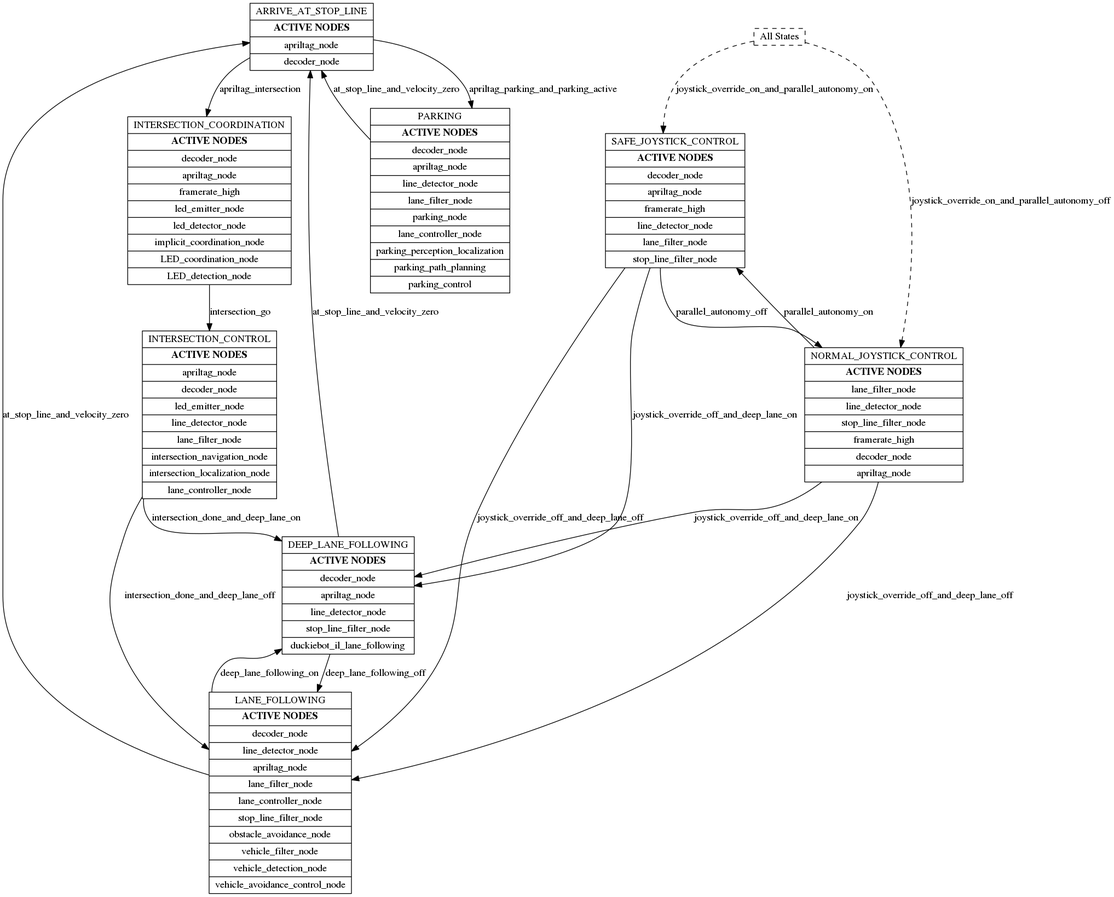
The Graphviz diagram catkin_ws/src/00-infrastructure/ros_diagram/fsm_default_detailed.png in spadma3/duck, before a commit. Its source is kept beside it as catkin_ws/src/00-infrastructure/ros_diagram/fsm_default_detailed.dot.
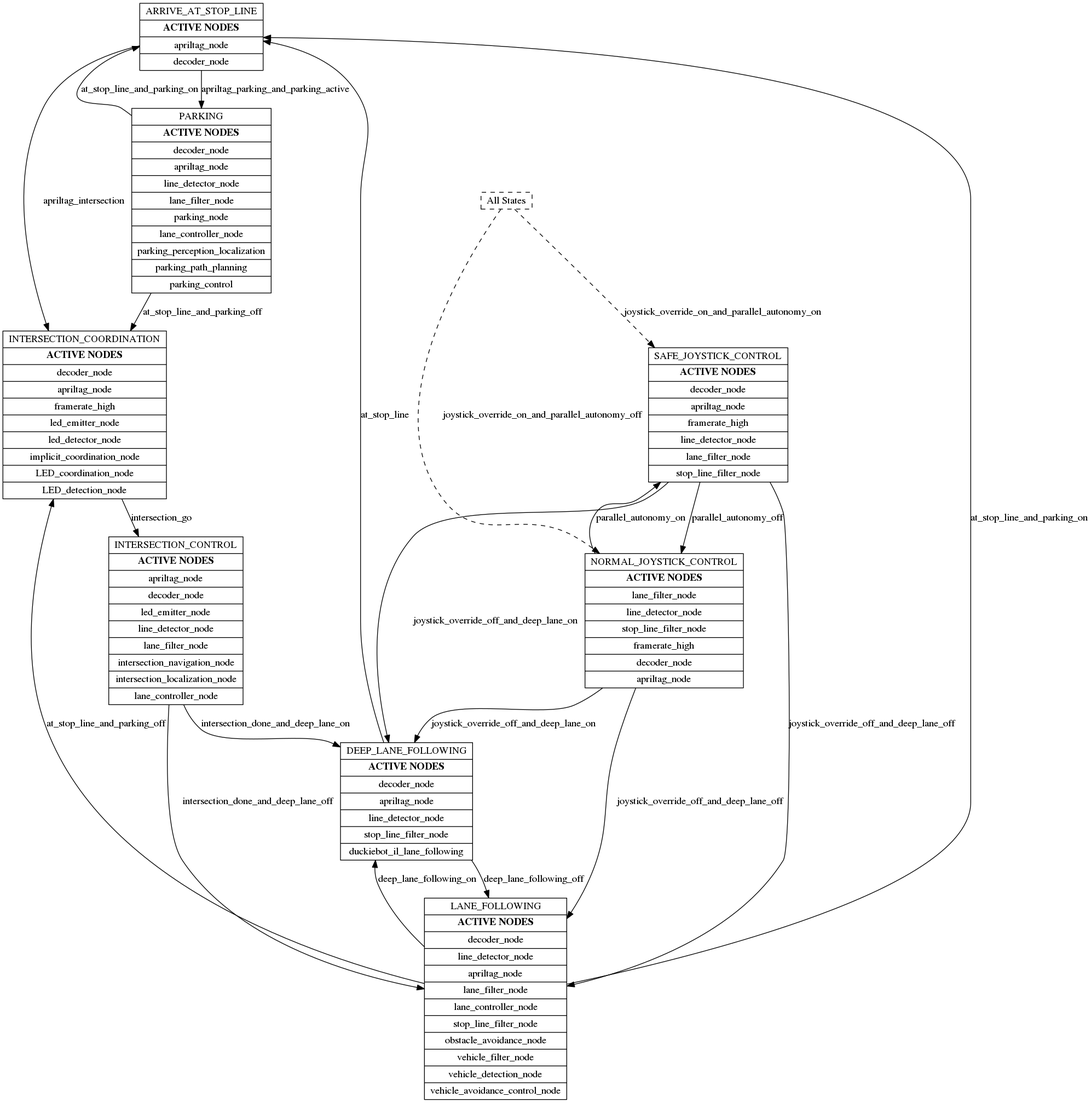
The same diagram one commit later.

Commit message:
Updated diagrams of FSM

Change to the diagram source:
```diff
@@ -13,16 +13,18 @@
 	INTERSECTION_CONTROL -> DEEP_LANE_FOLLOWING [label=intersection_done_and_deep_lane_on color=black fontcolor=black]
 	INTERSECTION_CONTROL -> LANE_FOLLOWING [label=intersection_done_and_deep_lane_off color=black fontcolor=black]
 	INTERSECTION_COORDINATION -> INTERSECTION_CONTROL [label=intersection_go color=black fontcolor=black]
-	DEEP_LANE_FOLLOWING -> ARRIVE_AT_STOP_LINE [label=at_stop_line_and_velocity_zero color=black fontcolor=black]
 	DEEP_LANE_FOLLOWING -> LANE_FOLLOWING [label=deep_lane_following_off color=black fontcolor=black]
-	PARKING -> ARRIVE_AT_STOP_LINE [label=at_stop_line_and_velocity_zero color=black fontcolor=black]
+	DEEP_LANE_FOLLOWING -> ARRIVE_AT_STOP_LINE [label=at_stop_line color=black fontcolor=black]
+	PARKING -> INTERSECTION_COORDINATION [label=at_stop_line_and_parking_off color=black fontcolor=black]
+	PARKING -> ARRIVE_AT_STOP_LINE [label=at_stop_line_and_parking_on color=black fontcolor=black]
 	SAFE_JOYSTICK_CONTROL -> DEEP_LANE_FOLLOWING [label=joystick_override_off_and_deep_lane_on color=black fontcolor=black]
 	SAFE_JOYSTICK_CONTROL -> NORMAL_JOYSTICK_CONTROL [label=parallel_autonomy_off color=black fontcolor=black]
 	SAFE_JOYSTICK_CONTROL -> LANE_FOLLOWING [label=joystick_override_off_and_deep_lane_off color=black fontcolor=black]
 	NORMAL_JOYSTICK_CONTROL -> DEEP_LANE_FOLLOWING [label=joystick_override_off_and_deep_lane_on color=black fontcolor=black]
 	NORMAL_JOYSTICK_CONTROL -> LANE_FOLLOWING [label=joystick_override_off_and_deep_lane_off color=black fontcolor=black]
 	NORMAL_JOYSTICK_CONTROL -> SAFE_JOYSTICK_CONTROL [label=parallel_autonomy_on color=black fontcolor=black]
-	LANE_FOLLOWING -> ARRIVE_AT_STOP_LINE [label=at_stop_line_and_velocity_zero color=black fontcolor=black]
+	LANE_FOLLOWING -> ARRIVE_AT_STOP_LINE [label=at_stop_line_and_parking_on color=black fontcolor=black]
+	LANE_FOLLOWING -> INTERSECTION_COORDINATION [label=at_stop_line_and_parking_off color=black fontcolor=black]
 	LANE_FOLLOWING -> DEEP_LANE_FOLLOWING [label=deep_lane_following_on color=black fontcolor=black]
 	ALL_STATES [label="All States" style=dashed]
 	ALL_STATES -> NORMAL_JOYSTICK_CONTROL [label=joystick_override_on_and_parallel_autonomy_off concentrate=false style=dashed]
```
